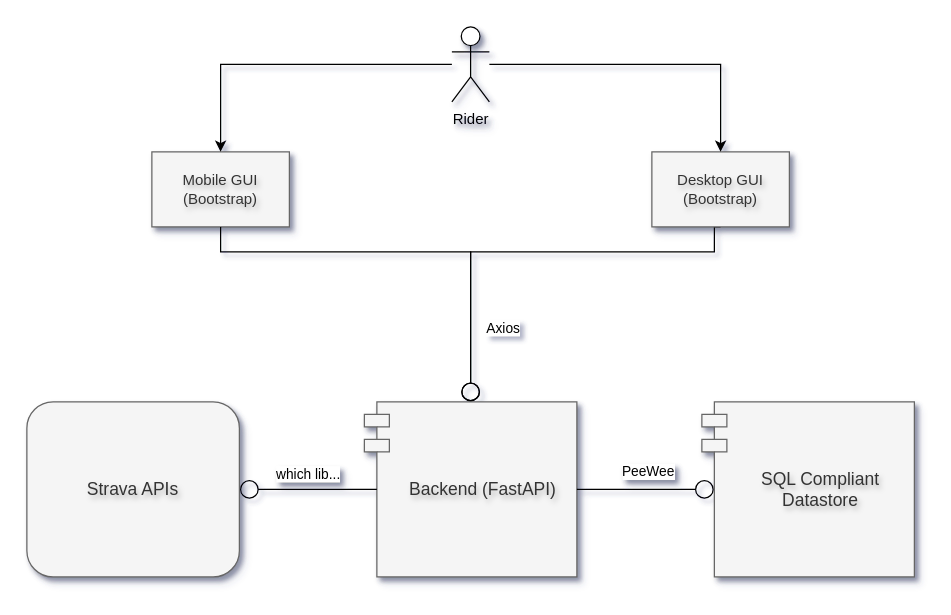
The draw.io diagram page "System overview" (1 of 7) of docs/all_diagrams.drawio in xivind/velo-supervisor-2000, before the edit. Source tidied: cells renumbered, new cells numbered last; positions are measured from the earlier drawing's top-left corner, leaving out a move shared by most shapes. Both pictures are drawn from the tidied source at 125%, with x=0, y=0 at pixel (26, 26).
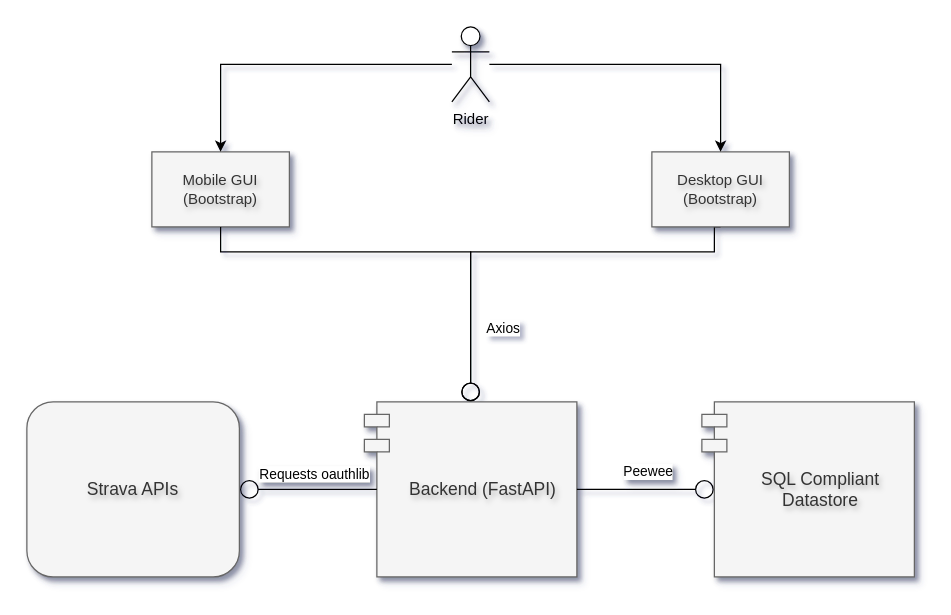
Above is the later version.

Commit message:
Changes in system overview

Unchanged cells that the change refers to:
```xml
<mxCell id="13" style="edgeStyle=orthogonalEdgeStyle;rounded=0;jettySize=auto;html=1;endArrow=circle;endFill=0;exitX=1;exitY=0.5;exitDx=0;exitDy=0;entryX=0;entryY=0.5;entryDx=10;entryDy=0;entryPerimeter=0;textShadow=1;" parent="1" edge="1" source="6" target="12">
  <mxGeometry relative="1" as="geometry" />
</mxCell>
<mxCell id="15" style="edgeStyle=orthogonalEdgeStyle;rounded=0;jettySize=auto;html=1;endArrow=circle;endFill=0;exitX=0;exitY=0.5;exitDx=10;exitDy=0;entryX=1;entryY=0.5;entryDx=0;entryDy=0;textShadow=1;exitPerimeter=0;" parent="1" edge="1" source="6" target="10">
  <mxGeometry relative="1" as="geometry" />
</mxCell>
```

The edit, as a diff of the source:
```diff
@@
-    <mxCell id="14" value="PeeWee" style="edgeLabel;html=1;align=center;verticalAlign=middle;textShadow=1;" parent="13" vertex="1">
+    <mxCell id="14" value="Peewee" style="edgeLabel;html=1;align=center;verticalAlign=middle;textShadow=1;" parent="13" vertex="1">
       <mxGeometry x="0.01" y="1" relative="1" as="geometry">
         <mxPoint y="-14" as="offset" />
       </mxGeometry>
     </mxCell>
@@
-    <mxCell id="16" value="which lib..." style="edgeLabel;html=1;align=center;verticalAlign=middle;textShadow=1;" parent="15" vertex="1">
+    <mxCell id="16" value="Requests oauthlib" style="edgeLabel;html=1;align=center;verticalAlign=middle;textShadow=1;" parent="15" vertex="1">
       <mxGeometry x="0.01" y="1" relative="1" as="geometry">
-        <mxPoint y="-14" as="offset" />
+        <mxPoint x="5" y="-14" as="offset" />
       </mxGeometry>
     </mxCell>
```
